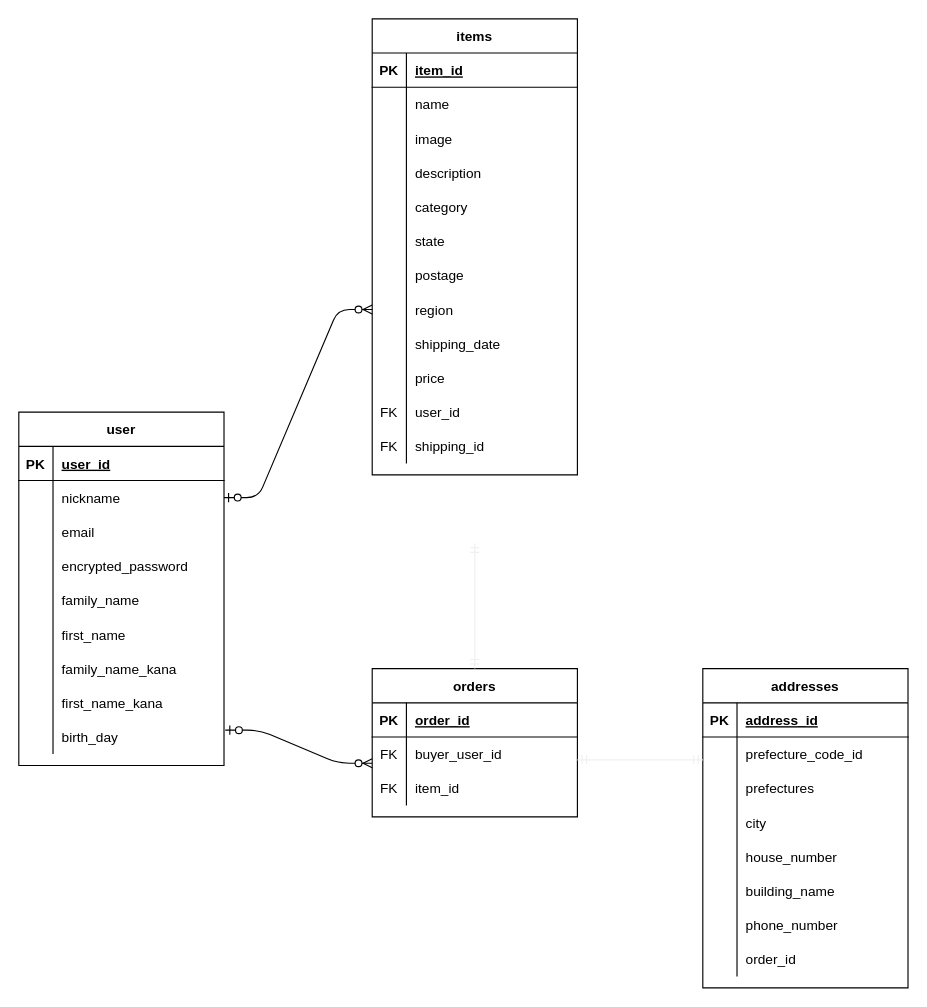
The draw.io diagram furima-3448.dio in pyontarou/furima-34478, before the edit. Source tidied: cells renumbered, new cells numbered last; positions are measured from the earlier drawing's top-left corner, leaving out a move shared by most shapes. Both pictures are drawn from the tidied source at 114%, with x=0, y=0 at pixel (18, 18).
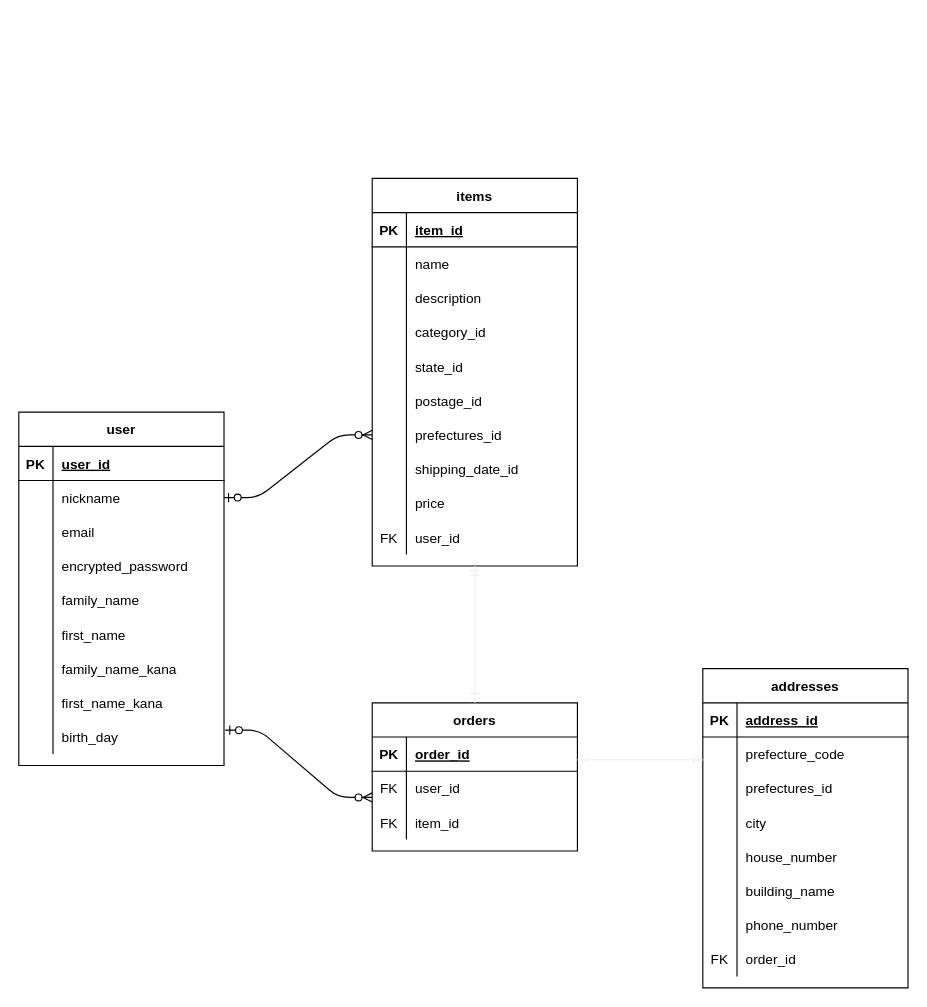
The same diagram, later.

Commit message (it also covers changes not shown here):
データベース修正_5

Unchanged cells that the change refers to:
```xml
<mxCell id="34" style="shape=partialRectangle;fillColor=none;top=0;left=0;bottom=0;right=0;points=[[0,0.5],[1,0.5]];portConstraint=eastwest;" parent="30" vertex="1">
  <mxGeometry y="60" width="180" height="30" as="geometry" />
</mxCell>
<mxCell id="84" style="shape=partialRectangle;fillColor=none;top=0;left=0;bottom=0;right=0;" parent="80" vertex="1">
  <mxGeometry y="60" width="180" height="30" as="geometry" />
</mxCell>
<mxCell id="87" style="shape=partialRectangle;fillColor=none;top=0;left=0;bottom=0;right=0;" parent="80" vertex="1">
  <mxGeometry y="90" width="180" height="30" as="geometry" />
</mxCell>
<mxCell id="102" style="shape=partialRectangle;fillColor=none;top=0;left=0;bottom=0;right=0;" parent="80" vertex="1">
  <mxGeometry y="240" width="180" height="30" as="geometry" />
</mxCell>
```

The edit, as a diff of the source:
```diff
@@
     <mxCell id="30" value="orders" style="shape=table;startSize=30;childLayout=tableLayout;rowLines=0;fontStyle=1;align=center;" parent="1" vertex="1">
-      <mxGeometry x="310" y="570" width="180" height="130" as="geometry" />
+      <mxGeometry x="310" y="600" width="180" height="130" as="geometry" />
     </mxCell>
@@
-    <mxCell id="36" value="buyer_user_id" style="shape=partialRectangle;fillColor=none;top=0;left=0;bottom=0;right=0;align=left;spacingLeft=6;overflow=hidden;" parent="34" vertex="1">
+    <mxCell id="36" value="user_id" style="shape=partialRectangle;fillColor=none;top=0;left=0;bottom=0;right=0;align=left;spacingLeft=6;overflow=hidden;" parent="34" vertex="1">
       <mxGeometry x="30" width="150" height="30" as="geometry" />
     </mxCell>
@@
     <mxCell id="40" value="items" style="shape=table;startSize=30;childLayout=tableLayout;rowLines=0;fontStyle=1;align=center;" parent="1" vertex="1">
-      <mxGeometry x="310" width="180" height="400" as="geometry" />
+      <mxGeometry x="310" y="140" width="180" height="340" as="geometry" />
     </mxCell>
@@
-    <mxCell id="47" style="shape=partialRectangle;fillColor=none;top=0;left=0;bottom=0;right=0;" parent="40" vertex="1">
-      <mxGeometry y="90" width="180" height="30" as="geometry" />
-    </mxCell>
-    <mxCell id="48" style="shape=partialRectangle;fillColor=none;top=0;left=0;bottom=0;right=0;overflow=hidden;" parent="47" vertex="1">
-      <mxGeometry width="30" height="30" as="geometry" />
-    </mxCell>
-    <mxCell id="49" value="image" style="shape=partialRectangle;fillColor=none;top=0;left=0;bottom=0;right=0;align=left;spacingLeft=6;overflow=hidden;" parent="47" vertex="1">
-      <mxGeometry x="30" width="150" height="30" as="geometry" />
-    </mxCell>
     <mxCell id="50" style="shape=partialRectangle;fillColor=none;top=0;left=0;bottom=0;right=0;" parent="40" vertex="1">
-      <mxGeometry y="120" width="180" height="30" as="geometry" />
+      <mxGeometry y="90" width="180" height="30" as="geometry" />
     </mxCell>
@@
     <mxCell id="53" style="shape=partialRectangle;fillColor=none;top=0;left=0;bottom=0;right=0;" parent="40" vertex="1">
-      <mxGeometry y="150" width="180" height="30" as="geometry" />
+      <mxGeometry y="120" width="180" height="30" as="geometry" />
     </mxCell>
@@
-    <mxCell id="55" value="category" style="shape=partialRectangle;fillColor=none;top=0;left=0;bottom=0;right=0;align=left;spacingLeft=6;overflow=hidden;" parent="53" vertex="1">
+    <mxCell id="55" value="category_id" style="shape=partialRectangle;fillColor=none;top=0;left=0;bottom=0;right=0;align=left;spacingLeft=6;overflow=hidden;" parent="53" vertex="1">
       <mxGeometry x="30" width="150" height="30" as="geometry" />
     </mxCell>
     <mxCell id="56" style="shape=partialRectangle;fillColor=none;top=0;left=0;bottom=0;right=0;" parent="40" vertex="1">
-      <mxGeometry y="180" width="180" height="30" as="geometry" />
+      <mxGeometry y="150" width="180" height="30" as="geometry" />
     </mxCell>
@@
-    <mxCell id="58" value="state" style="shape=partialRectangle;fillColor=none;top=0;left=0;bottom=0;right=0;align=left;spacingLeft=6;overflow=hidden;" parent="56" vertex="1">
+    <mxCell id="58" value="state_id" style="shape=partialRectangle;fillColor=none;top=0;left=0;bottom=0;right=0;align=left;spacingLeft=6;overflow=hidden;" parent="56" vertex="1">
       <mxGeometry x="30" width="150" height="30" as="geometry" />
     </mxCell>
     <mxCell id="59" style="shape=partialRectangle;fillColor=none;top=0;left=0;bottom=0;right=0;" parent="40" vertex="1">
-      <mxGeometry y="210" width="180" height="30" as="geometry" />
+      <mxGeometry y="180" width="180" height="30" as="geometry" />
     </mxCell>
@@
-    <mxCell id="61" value="postage" style="shape=partialRectangle;fillColor=none;top=0;left=0;bottom=0;right=0;align=left;spacingLeft=6;overflow=hidden;" parent="59" vertex="1">
+    <mxCell id="61" value="postage_id" style="shape=partialRectangle;fillColor=none;top=0;left=0;bottom=0;right=0;align=left;spacingLeft=6;overflow=hidden;" parent="59" vertex="1">
       <mxGeometry x="30" width="150" height="30" as="geometry" />
     </mxCell>
     <mxCell id="62" style="shape=partialRectangle;fillColor=none;top=0;left=0;bottom=0;right=0;points=[[0,0.5],[1,0.5]];portConstraint=eastwest;" parent="40" vertex="1">
-      <mxGeometry y="240" width="180" height="30" as="geometry" />
+      <mxGeometry y="210" width="180" height="30" as="geometry" />
     </mxCell>
@@
-    <mxCell id="64" value="region" style="shape=partialRectangle;fillColor=none;top=0;left=0;bottom=0;right=0;align=left;spacingLeft=6;overflow=hidden;" parent="62" vertex="1">
+    <mxCell id="64" value="prefectures_id" style="shape=partialRectangle;fillColor=none;top=0;left=0;bottom=0;right=0;align=left;spacingLeft=6;overflow=hidden;" parent="62" vertex="1">
       <mxGeometry x="30" width="150" height="30" as="geometry" />
     </mxCell>
     <mxCell id="65" style="shape=partialRectangle;fillColor=none;top=0;left=0;bottom=0;right=0;" parent="40" vertex="1">
-      <mxGeometry y="270" width="180" height="30" as="geometry" />
+      <mxGeometry y="240" width="180" height="30" as="geometry" />
     </mxCell>
@@
-    <mxCell id="67" value="shipping_date" style="shape=partialRectangle;fillColor=none;top=0;left=0;bottom=0;right=0;align=left;spacingLeft=6;overflow=hidden;" parent="65" vertex="1">
+    <mxCell id="67" value="shipping_date_id" style="shape=partialRectangle;fillColor=none;top=0;left=0;bottom=0;right=0;align=left;spacingLeft=6;overflow=hidden;" parent="65" vertex="1">
       <mxGeometry x="30" width="150" height="30" as="geometry" />
     </mxCell>
     <mxCell id="68" style="shape=partialRectangle;fillColor=none;top=0;left=0;bottom=0;right=0;" parent="40" vertex="1">
-      <mxGeometry y="300" width="180" height="30" as="geometry" />
+      <mxGeometry y="270" width="180" height="30" as="geometry" />
     </mxCell>
@@
     <mxCell id="71" style="shape=partialRectangle;fillColor=none;top=0;left=0;bottom=0;right=0;" parent="40" vertex="1">
-      <mxGeometry y="330" width="180" height="30" as="geometry" />
+      <mxGeometry y="300" width="180" height="30" as="geometry" />
     </mxCell>
@@
-    <mxCell id="74" style="shape=partialRectangle;fillColor=none;top=0;left=0;bottom=0;right=0;" parent="40" vertex="1">
-      <mxGeometry y="360" width="180" height="30" as="geometry" />
-    </mxCell>
-    <mxCell id="75" value="FK" style="shape=partialRectangle;fillColor=none;top=0;left=0;bottom=0;right=0;overflow=hidden;" parent="74" vertex="1">
-      <mxGeometry width="30" height="30" as="geometry" />
-    </mxCell>
-    <mxCell id="76" value="shipping_id" style="shape=partialRectangle;fillColor=none;top=0;left=0;bottom=0;right=0;align=left;spacingLeft=6;overflow=hidden;" parent="74" vertex="1">
-      <mxGeometry x="30" width="150" height="30" as="geometry" />
-    </mxCell>
@@
     <mxCell id="79" style="fontSize=12;html=1;endArrow=ERmandOne;startArrow=ERmandOne;strokeColor=#f0f0f0;exitX=0.5;exitY=0;exitDx=0;exitDy=0;" parent="1" edge="1" source="30">
       <mxGeometry relative="1" as="geometry">
-        <mxPoint x="400" y="460" as="targetPoint" />
+        <mxPoint x="400" y="480" as="targetPoint" />
       </mxGeometry>
     </mxCell>
@@
-    <mxCell id="86" value="prefecture_code_id" style="shape=partialRectangle;fillColor=none;top=0;left=0;bottom=0;right=0;align=left;spacingLeft=6;overflow=hidden;" parent="84" vertex="1">
+    <mxCell id="86" value="prefecture_code" style="shape=partialRectangle;fillColor=none;top=0;left=0;bottom=0;right=0;align=left;spacingLeft=6;overflow=hidden;" parent="84" vertex="1">
       <mxGeometry x="30" width="150" height="30" as="geometry" />
     </mxCell>
@@
-    <mxCell id="89" value="prefectures" style="shape=partialRectangle;fillColor=none;top=0;left=0;bottom=0;right=0;align=left;spacingLeft=6;overflow=hidden;" parent="87" vertex="1">
+    <mxCell id="89" value="prefectures_id" style="shape=partialRectangle;fillColor=none;top=0;left=0;bottom=0;right=0;align=left;spacingLeft=6;overflow=hidden;" parent="87" vertex="1">
       <mxGeometry x="30" width="150" height="30" as="geometry" />
     </mxCell>
@@
-    <mxCell id="103" style="shape=partialRectangle;fillColor=none;top=0;left=0;bottom=0;right=0;overflow=hidden;" parent="102" vertex="1">
+    <mxCell id="103" value="FK" style="shape=partialRectangle;fillColor=none;top=0;left=0;bottom=0;right=0;overflow=hidden;" parent="102" vertex="1">
       <mxGeometry width="30" height="30" as="geometry" />
     </mxCell>
```
